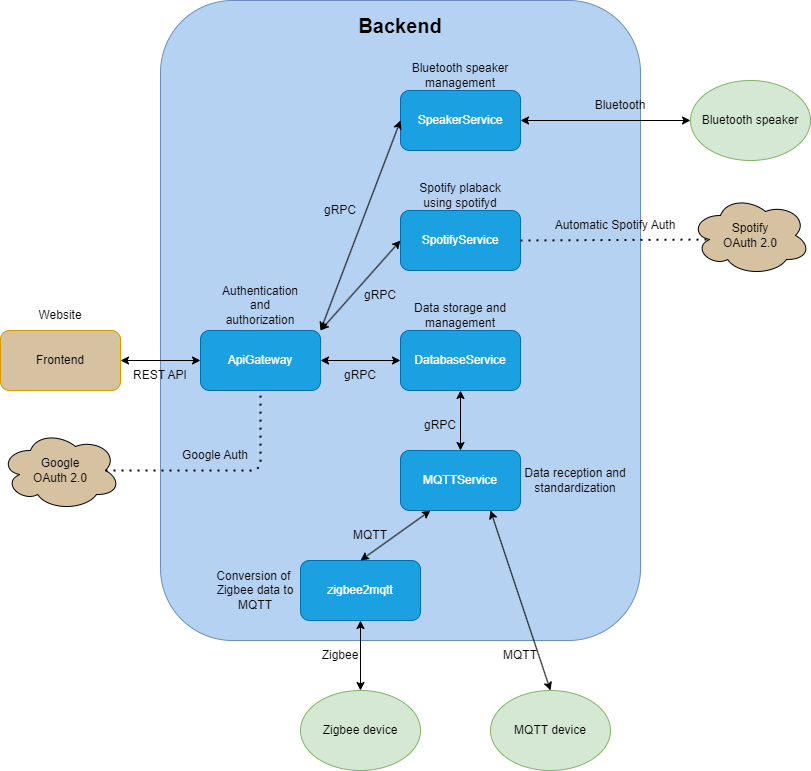
The draw.io diagram Documents/Resources/HomeAppArchitecture.png in PetoAdam/HomeApp, before a commit. Source tidied: cells renumbered, new cells last; positions are measured from the earlier drawing's top-left corner, leaving out a move shared by most shapes.
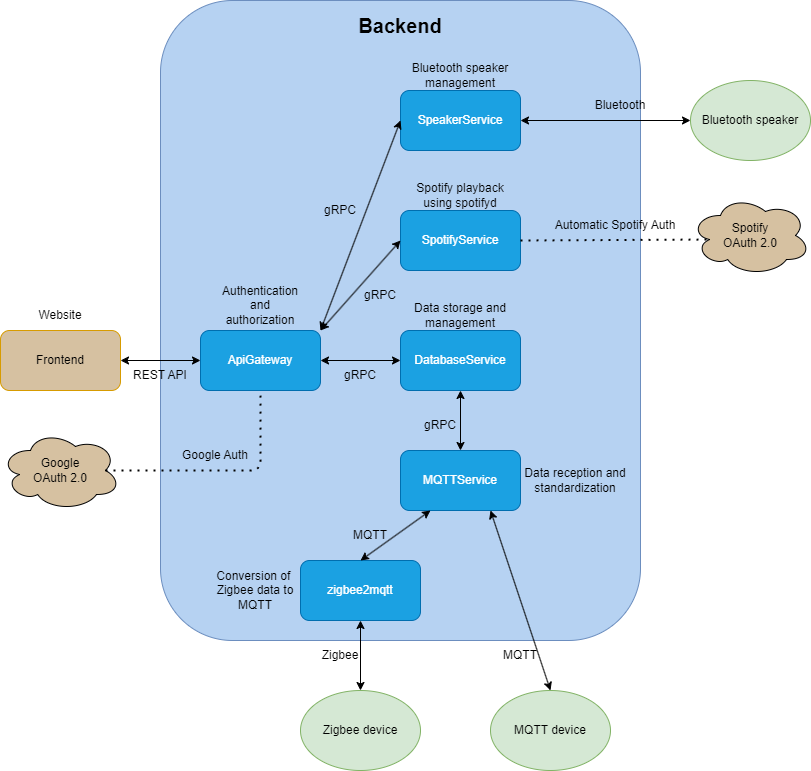
After the commit.

The edit, as a diff of the source:
```diff
@@ -86,7 +86,7 @@
     <mxCell id="29" value="gRPC" style="text;html=1;strokeColor=none;fillColor=none;align=center;verticalAlign=middle;whiteSpace=wrap;rounded=0;" parent="1" vertex="1">
       <mxGeometry x="350" y="280" width="60" height="30" as="geometry" />
     </mxCell>
-    <mxCell id="30" value="Spotify plaback using spotifyd" style="text;html=1;strokeColor=none;fillColor=none;align=center;verticalAlign=middle;whiteSpace=wrap;rounded=0;" parent="1" vertex="1">
+    <mxCell id="30" value="Spotify playback using spotifyd" style="text;html=1;strokeColor=none;fillColor=none;align=center;verticalAlign=middle;whiteSpace=wrap;rounded=0;" parent="1" vertex="1">
       <mxGeometry x="410" y="180" width="100" height="30" as="geometry" />
     </mxCell>
     <mxCell id="31" value="SpeakerService" style="rounded=1;whiteSpace=wrap;html=1;fillColor=#1ba1e2;strokeColor=#006EAF;fontColor=#ffffff;" parent="1" vertex="1">
```
